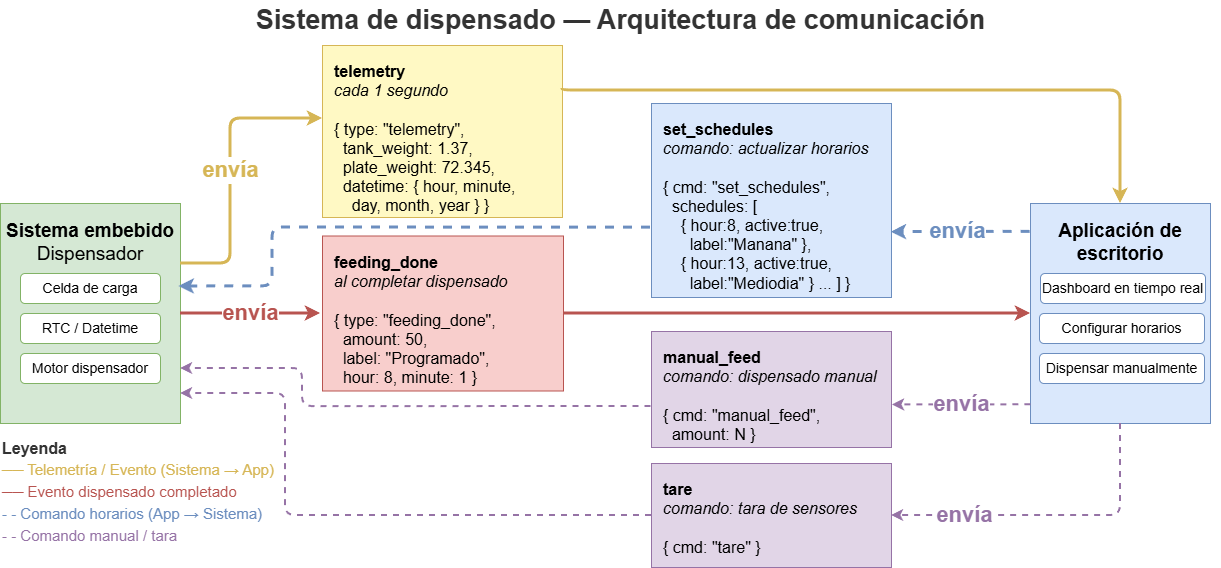
Before: Figures/dispensador_arquitectura.png, a diagram exported from draw.io (matuuted/Plantilla-para-memoria). Source tidied: cells renumbered, new cells last; positions are measured from the earlier drawing's top-left corner, leaving out a move shared by most shapes.
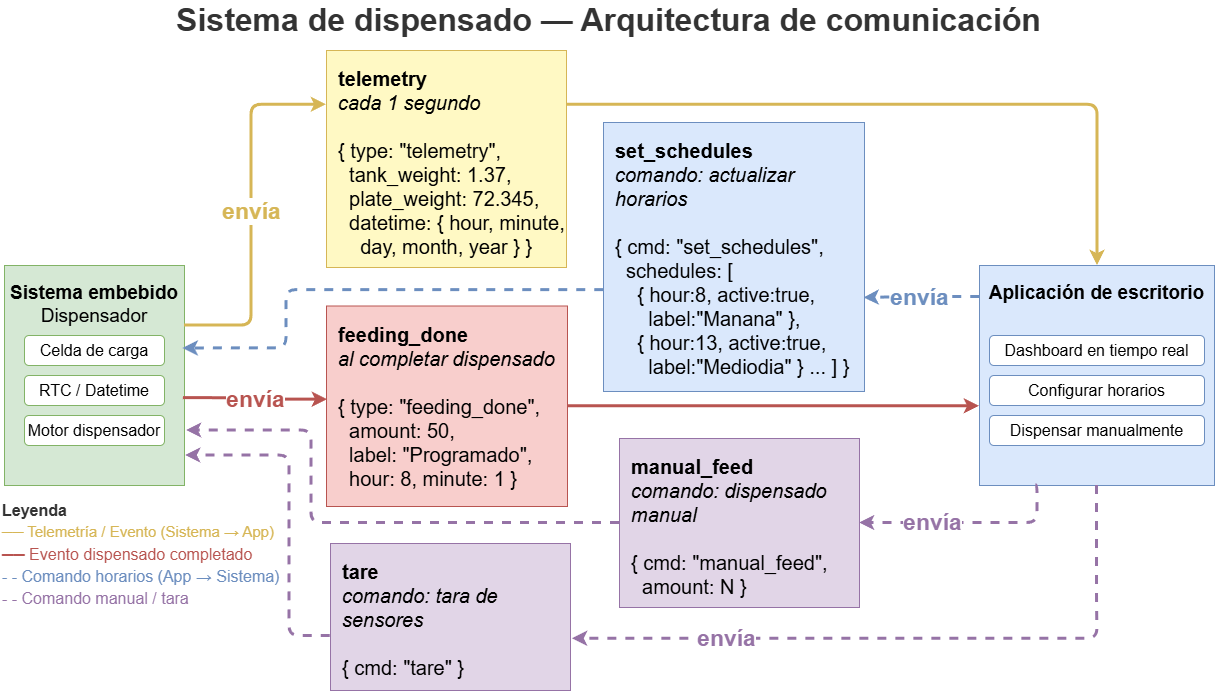
After the change.

The edit, as a diff of the source:
```diff
@@ -4,4 +4,4 @@
     <mxCell id="1" parent="0" />
-    <mxCell id="2" value="&lt;font style=&quot;font-size: 27px;&quot;&gt;Sistema de dispensado — Arquitectura de comunicación&lt;/font&gt;" style="text;html=1;strokeColor=none;fillColor=none;align=center;verticalAlign=middle;fontSize=16;fontStyle=1;fontColor=#333333;" parent="1" vertex="1">
-      <mxGeometry x="20" width="1200" height="40" as="geometry" />
+    <mxCell id="2" value="&lt;font style=&quot;font-size: 32px;&quot;&gt;Sistema de dispensado — Arquitectura de comunicación&lt;/font&gt;" style="text;html=1;strokeColor=none;fillColor=none;align=center;verticalAlign=middle;fontSize=16;fontStyle=1;fontColor=#333333;" parent="1" vertex="1">
+      <mxGeometry x="155" y="-62" width="898" height="40" as="geometry" />
     </mxCell>
@@ -10,9 +10,9 @@
     </mxCell>
-    <mxCell id="4" value="&lt;font style=&quot;font-size: 14px;&quot;&gt;Celda de carga&lt;/font&gt;" style="rounded=1;whiteSpace=wrap;html=1;fillColor=#ffffff;strokeColor=#82b366;fontSize=10;" parent="1" vertex="1">
+    <mxCell id="4" value="&lt;font style=&quot;font-size: 16px;&quot;&gt;Celda de carga&lt;/font&gt;" style="rounded=1;whiteSpace=wrap;html=1;fillColor=#ffffff;strokeColor=#82b366;fontSize=10;" parent="1" vertex="1">
       <mxGeometry x="20" y="273" width="140" height="30" as="geometry" />
     </mxCell>
-    <mxCell id="5" value="&lt;font style=&quot;font-size: 14px;&quot;&gt;RTC / Datetime&lt;/font&gt;" style="rounded=1;whiteSpace=wrap;html=1;fillColor=#ffffff;strokeColor=#82b366;fontSize=10;" parent="1" vertex="1">
+    <mxCell id="5" value="&lt;font style=&quot;font-size: 16px;&quot;&gt;RTC / Datetime&lt;/font&gt;" style="rounded=1;whiteSpace=wrap;html=1;fillColor=#ffffff;strokeColor=#82b366;fontSize=10;" parent="1" vertex="1">
       <mxGeometry x="20" y="313" width="140" height="30" as="geometry" />
     </mxCell>
-    <mxCell id="6" value="&lt;font style=&quot;font-size: 14px;&quot;&gt;Motor dispensador&lt;/font&gt;" style="rounded=1;whiteSpace=wrap;html=1;fillColor=#ffffff;strokeColor=#82b366;fontSize=10;" parent="1" vertex="1">
+    <mxCell id="6" value="&lt;font style=&quot;font-size: 16px;&quot;&gt;Motor dispensador&lt;/font&gt;" style="rounded=1;whiteSpace=wrap;html=1;fillColor=#ffffff;strokeColor=#82b366;fontSize=10;" parent="1" vertex="1">
       <mxGeometry x="20" y="353" width="140" height="30" as="geometry" />
@@ -20,33 +20,33 @@
     <mxCell id="7" value="&lt;b style=&quot;&quot;&gt;&lt;font style=&quot;font-size: 19px;&quot;&gt;Aplicación de escritorio&lt;/font&gt;&lt;/b&gt;" style="rounded=2;whiteSpace=wrap;html=1;fillColor=#dae8fc;strokeColor=#6c8ebf;fontSize=11;verticalAlign=top;spacingTop=10;" parent="1" vertex="1">
-      <mxGeometry x="1030" y="203" width="180" height="220" as="geometry" />
+      <mxGeometry x="975" y="203" width="235" height="220" as="geometry" />
     </mxCell>
-    <mxCell id="8" value="&lt;font style=&quot;font-size: 14px;&quot;&gt;Dashboard en tiempo real&lt;/font&gt;" style="rounded=1;whiteSpace=wrap;html=1;fillColor=#ffffff;strokeColor=#6c8ebf;fontSize=10;" parent="1" vertex="1">
-      <mxGeometry x="1040" y="273" width="165" height="30" as="geometry" />
+    <mxCell id="8" value="&lt;font style=&quot;font-size: 16px;&quot;&gt;Dashboard en tiempo real&lt;/font&gt;" style="rounded=1;whiteSpace=wrap;html=1;fillColor=#ffffff;strokeColor=#6c8ebf;fontSize=10;" parent="1" vertex="1">
+      <mxGeometry x="985" y="273" width="215" height="30" as="geometry" />
     </mxCell>
-    <mxCell id="9" value="&lt;font style=&quot;font-size: 14px;&quot;&gt;Configurar horarios&lt;/font&gt;" style="rounded=1;whiteSpace=wrap;html=1;fillColor=#ffffff;strokeColor=#6c8ebf;fontSize=10;" parent="1" vertex="1">
-      <mxGeometry x="1039" y="313" width="165" height="30" as="geometry" />
+    <mxCell id="9" value="&lt;font style=&quot;font-size: 16px;&quot;&gt;Configurar horarios&lt;/font&gt;" style="rounded=1;whiteSpace=wrap;html=1;fillColor=#ffffff;strokeColor=#6c8ebf;fontSize=10;" parent="1" vertex="1">
+      <mxGeometry x="985" y="313" width="215" height="30" as="geometry" />
     </mxCell>
-    <mxCell id="10" value="&lt;font style=&quot;font-size: 14px;&quot;&gt;Dispensar manualmente&lt;/font&gt;" style="rounded=1;whiteSpace=wrap;html=1;fillColor=#ffffff;strokeColor=#6c8ebf;fontSize=10;" parent="1" vertex="1">
-      <mxGeometry x="1039" y="353" width="165" height="30" as="geometry" />
+    <mxCell id="10" value="&lt;font style=&quot;font-size: 16px;&quot;&gt;Dispensar manualmente&lt;/font&gt;" style="rounded=1;whiteSpace=wrap;html=1;fillColor=#ffffff;strokeColor=#6c8ebf;fontSize=10;" parent="1" vertex="1">
+      <mxGeometry x="985" y="353" width="215" height="30" as="geometry" />
     </mxCell>
-    <mxCell id="11" value="&lt;font style=&quot;font-size: 16px;&quot;&gt;&lt;b style=&quot;&quot;&gt;telemetry&lt;/b&gt;&lt;br&gt;&lt;i style=&quot;&quot;&gt;cada 1 segundo&lt;/i&gt;&lt;br&gt;&lt;br&gt;{ type: &quot;telemetry&quot;,&lt;br&gt;&amp;nbsp;&amp;nbsp;tank_weight: 1.37,&lt;br&gt;&amp;nbsp;&amp;nbsp;plate_weight: 72.345,&lt;br&gt;&amp;nbsp;&amp;nbsp;datetime: { hour, minute,&lt;br&gt;&amp;nbsp;&amp;nbsp;&amp;nbsp;&amp;nbsp;day, month, year } }&lt;/font&gt;" style="rounded=2;whiteSpace=wrap;html=1;fillColor=#fff9c4;strokeColor=#d6b656;fontSize=10;verticalAlign=top;align=left;spacingLeft=10;spacingTop=10;" parent="1" vertex="1">
-      <mxGeometry x="322" y="45" width="240" height="172" as="geometry" />
+    <mxCell id="11" value="&lt;font style=&quot;font-size: 20px;&quot;&gt;&lt;b style=&quot;&quot;&gt;telemetry&lt;/b&gt;&lt;br&gt;&lt;i style=&quot;&quot;&gt;cada 1 segundo&lt;/i&gt;&lt;br&gt;&lt;br&gt;{ type: &quot;telemetry&quot;,&lt;br&gt;&amp;nbsp;&amp;nbsp;tank_weight: 1.37,&lt;br&gt;&amp;nbsp;&amp;nbsp;plate_weight: 72.345,&lt;br&gt;&amp;nbsp;&amp;nbsp;datetime: { hour, minute,&lt;br&gt;&amp;nbsp;&amp;nbsp;&amp;nbsp;&amp;nbsp;day, month, year } }&lt;/font&gt;" style="rounded=2;whiteSpace=wrap;html=1;fillColor=#fff9c4;strokeColor=#d6b656;fontSize=10;verticalAlign=top;align=left;spacingLeft=10;spacingTop=10;" parent="1" vertex="1">
+      <mxGeometry x="322" y="-12" width="240" height="217" as="geometry" />
     </mxCell>
-    <mxCell id="12" value="&lt;font style=&quot;font-size: 16px;&quot;&gt;&lt;b style=&quot;&quot;&gt;feeding_done&lt;/b&gt;&lt;br&gt;&lt;i style=&quot;&quot;&gt;al completar dispensado&lt;/i&gt;&lt;br&gt;&lt;br&gt;{ type: &quot;feeding_done&quot;,&lt;br&gt;&amp;nbsp;&amp;nbsp;amount: 50,&lt;br&gt;&amp;nbsp;&amp;nbsp;label: &quot;Programado&quot;,&lt;br&gt;&amp;nbsp;&amp;nbsp;hour: 8, minute: 1 }&lt;/font&gt;" style="rounded=2;whiteSpace=wrap;html=1;fillColor=#f8cecc;strokeColor=#b85450;fontSize=10;verticalAlign=top;align=left;spacingLeft=10;spacingTop=10;" parent="1" vertex="1">
-      <mxGeometry x="322" y="235.5" width="241" height="155" as="geometry" />
+    <mxCell id="12" value="&lt;font style=&quot;font-size: 20px;&quot;&gt;&lt;b style=&quot;&quot;&gt;feeding_done&lt;/b&gt;&lt;br&gt;&lt;i style=&quot;&quot;&gt;al completar dispensado&lt;/i&gt;&lt;br&gt;&lt;br&gt;{ type: &quot;feeding_done&quot;,&lt;br&gt;&amp;nbsp;&amp;nbsp;amount: 50,&lt;br&gt;&amp;nbsp;&amp;nbsp;label: &quot;Programado&quot;,&lt;br&gt;&amp;nbsp;&amp;nbsp;hour: 8, minute: 1 }&lt;/font&gt;" style="rounded=2;whiteSpace=wrap;html=1;fillColor=#f8cecc;strokeColor=#b85450;fontSize=10;verticalAlign=top;align=left;spacingLeft=10;spacingTop=10;" parent="1" vertex="1">
+      <mxGeometry x="322" y="243.5" width="241" height="200.5" as="geometry" />
     </mxCell>
-    <mxCell id="13" value="&lt;font style=&quot;font-size: 16px;&quot;&gt;&lt;b style=&quot;&quot;&gt;set_schedules&lt;/b&gt;&lt;br&gt;&lt;i style=&quot;&quot;&gt;comando: actualizar horarios&lt;/i&gt;&lt;br&gt;&lt;br&gt;{ cmd: &quot;set_schedules&quot;,&lt;br&gt;&amp;nbsp;&amp;nbsp;schedules: [&lt;br&gt;&amp;nbsp;&amp;nbsp;&amp;nbsp;&amp;nbsp;{ hour:8, active:true,&lt;br&gt;&amp;nbsp;&amp;nbsp;&amp;nbsp;&amp;nbsp;&amp;nbsp;&amp;nbsp;label:&quot;Manana&quot; },&lt;br&gt;&amp;nbsp;&amp;nbsp;&amp;nbsp;&amp;nbsp;{ hour:13, active:true,&lt;br&gt;&amp;nbsp;&amp;nbsp;&amp;nbsp;&amp;nbsp;&amp;nbsp;&amp;nbsp;label:&quot;Mediodia&quot; } ... ] }&lt;/font&gt;" style="rounded=2;whiteSpace=wrap;html=1;fillColor=#dae8fc;strokeColor=#6c8ebf;fontSize=10;verticalAlign=top;align=left;spacingLeft=10;spacingTop=10;" parent="1" vertex="1">
-      <mxGeometry x="651" y="103" width="240" height="194" as="geometry" />
+    <mxCell id="13" value="&lt;font style=&quot;font-size: 20px;&quot;&gt;&lt;b style=&quot;&quot;&gt;set_schedules&lt;/b&gt;&lt;br&gt;&lt;i style=&quot;&quot;&gt;comando: actualizar horarios&lt;/i&gt;&lt;br&gt;&lt;br&gt;{ cmd: &quot;set_schedules&quot;,&lt;br&gt;&amp;nbsp;&amp;nbsp;schedules: [&lt;br&gt;&amp;nbsp;&amp;nbsp;&amp;nbsp;&amp;nbsp;{ hour:8, active:true,&lt;br&gt;&amp;nbsp;&amp;nbsp;&amp;nbsp;&amp;nbsp;&amp;nbsp;&amp;nbsp;label:&quot;Manana&quot; },&lt;br&gt;&amp;nbsp;&amp;nbsp;&amp;nbsp;&amp;nbsp;{ hour:13, active:true,&lt;br&gt;&amp;nbsp;&amp;nbsp;&amp;nbsp;&amp;nbsp;&amp;nbsp;&amp;nbsp;label:&quot;Mediodia&quot; } ... ] }&lt;/font&gt;" style="rounded=2;whiteSpace=wrap;html=1;fillColor=#dae8fc;strokeColor=#6c8ebf;fontSize=10;verticalAlign=top;align=left;spacingLeft=10;spacingTop=10;" parent="1" vertex="1">
+      <mxGeometry x="599" y="60" width="261" height="269" as="geometry" />
     </mxCell>
-    <mxCell id="14" value="&lt;font style=&quot;font-size: 16px;&quot;&gt;&lt;b style=&quot;&quot;&gt;manual_feed&lt;/b&gt;&lt;br&gt;&lt;i style=&quot;&quot;&gt;comando: dispensado manual&lt;/i&gt;&lt;br&gt;&lt;br&gt;{ cmd: &quot;manual_feed&quot;,&lt;br&gt;&amp;nbsp;&amp;nbsp;amount: N }&lt;/font&gt;" style="rounded=2;whiteSpace=wrap;html=1;fillColor=#e1d5e7;strokeColor=#9673a6;fontSize=10;verticalAlign=top;align=left;spacingLeft=10;spacingTop=10;" parent="1" vertex="1">
-      <mxGeometry x="651" y="331" width="240" height="116" as="geometry" />
+    <mxCell id="14" value="&lt;font style=&quot;font-size: 20px;&quot;&gt;&lt;b style=&quot;&quot;&gt;manual_feed&lt;/b&gt;&lt;br&gt;&lt;i style=&quot;&quot;&gt;comando: dispensado manual&lt;/i&gt;&lt;br&gt;&lt;br&gt;{ cmd: &quot;manual_feed&quot;,&lt;br&gt;&amp;nbsp;&amp;nbsp;amount: N }&lt;/font&gt;" style="rounded=2;whiteSpace=wrap;html=1;fillColor=#e1d5e7;strokeColor=#9673a6;fontSize=10;verticalAlign=top;align=left;spacingLeft=10;spacingTop=10;" parent="1" vertex="1">
+      <mxGeometry x="615" y="376" width="240" height="169" as="geometry" />
     </mxCell>
-    <mxCell id="15" value="&lt;font style=&quot;font-size: 16px;&quot;&gt;&lt;b style=&quot;&quot;&gt;tare&lt;/b&gt;&lt;br&gt;&lt;i style=&quot;&quot;&gt;comando: tara de sensores&lt;/i&gt;&lt;br&gt;&lt;br&gt;{ cmd: &quot;tare&quot; }&lt;/font&gt;" style="rounded=2;whiteSpace=wrap;html=1;fillColor=#e1d5e7;strokeColor=#9673a6;fontSize=10;verticalAlign=top;align=left;spacingLeft=10;spacingTop=10;" parent="1" vertex="1">
-      <mxGeometry x="651" y="463" width="240" height="104" as="geometry" />
+    <mxCell id="15" value="&lt;font style=&quot;font-size: 20px;&quot;&gt;&lt;b style=&quot;&quot;&gt;tare&lt;/b&gt;&lt;br&gt;&lt;i style=&quot;&quot;&gt;comando: tara de sensores&lt;/i&gt;&lt;br&gt;&lt;br&gt;{ cmd: &quot;tare&quot; }&lt;/font&gt;" style="rounded=2;whiteSpace=wrap;html=1;fillColor=#e1d5e7;strokeColor=#9673a6;fontSize=10;verticalAlign=top;align=left;spacingLeft=10;spacingTop=10;" parent="1" vertex="1">
+      <mxGeometry x="326" y="481" width="240" height="147" as="geometry" />
     </mxCell>
-    <mxCell id="16" value="&lt;font style=&quot;font-size: 22px;&quot;&gt;envía&lt;/font&gt;" style="edgeStyle=orthogonalEdgeStyle;html=1;strokeColor=#d6b656;strokeWidth=3;fontColor=#d6b656;fontStyle=1;fontSize=10;" parent="1" edge="1" source="3" target="11">
+    <mxCell id="16" value="&lt;font style=&quot;font-size: 23px;&quot;&gt;envía&lt;/font&gt;" style="edgeStyle=orthogonalEdgeStyle;html=1;strokeColor=#d6b656;strokeWidth=3;fontColor=#d6b656;fontStyle=1;fontSize=10;entryX=0;entryY=0.25;entryDx=0;entryDy=0;" parent="1" edge="1" source="3" target="11">
       <mxGeometry relative="1" as="geometry">
         <Array as="points">
-          <mxPoint x="230" y="263" />
-          <mxPoint x="230" y="118" />
+          <mxPoint x="247" y="263" />
+          <mxPoint x="247" y="42" />
         </Array>
@@ -54,9 +54,4 @@
     </mxCell>
-    <mxCell id="17" value="&lt;font style=&quot;font-size: 22px;&quot;&gt;envía&lt;/font&gt;" style="edgeStyle=orthogonalEdgeStyle;html=1;strokeColor=#b85450;strokeWidth=3;fontColor=#b85450;fontStyle=1;fontSize=10;" parent="1" edge="1" source="3">
-      <mxGeometry relative="1" as="geometry">
-        <mxPoint x="320" y="313" as="targetPoint" />
-        <Array as="points">
-          <mxPoint x="320" y="313" />
-        </Array>
-      </mxGeometry>
+    <mxCell id="17" value="&lt;font style=&quot;font-size: 23px;&quot;&gt;envía&lt;/font&gt;" style="edgeStyle=orthogonalEdgeStyle;html=1;strokeColor=#b85450;strokeWidth=3;fontColor=#b85450;fontStyle=1;fontSize=10;entryX=0.004;entryY=0.467;entryDx=0;entryDy=0;exitX=0.994;exitY=0.603;exitDx=0;exitDy=0;exitPerimeter=0;entryPerimeter=0;" parent="1" edge="1" source="3" target="12">
+      <mxGeometry relative="1" as="geometry" />
     </mxCell>
@@ -65,3 +60,4 @@
         <Array as="points">
-          <mxPoint x="1120" y="90" />
+          <mxPoint x="1093" y="42" />
+          <mxPoint x="1093" y="203" />
         </Array>
@@ -69,7 +65,7 @@
     </mxCell>
-    <mxCell id="19" style="edgeStyle=orthogonalEdgeStyle;html=1;strokeColor=#b85450;strokeWidth=3;" parent="1" edge="1" source="12" target="7">
+    <mxCell id="19" style="edgeStyle=orthogonalEdgeStyle;html=1;strokeColor=#b85450;strokeWidth=3;exitX=1;exitY=0.5;exitDx=0;exitDy=0;" parent="1" edge="1" source="12" target="7">
       <mxGeometry relative="1" as="geometry">
         <Array as="points">
-          <mxPoint x="767" y="313" />
-          <mxPoint x="767" y="313" />
+          <mxPoint x="800" y="344" />
+          <mxPoint x="800" y="344" />
         </Array>
@@ -77,15 +73,10 @@
     </mxCell>
-    <mxCell id="20" value="&lt;font style=&quot;font-size: 22px;&quot;&gt;envía&lt;/font&gt;" style="edgeStyle=orthogonalEdgeStyle;html=1;strokeColor=#6c8ebf;strokeWidth=3;dashed=1;fontColor=#6c8ebf;fontStyle=1;fontSize=10;entryX=0.999;entryY=0.663;entryDx=0;entryDy=0;exitX=-0.002;exitY=0.129;exitDx=0;exitDy=0;exitPerimeter=0;entryPerimeter=0;" parent="1" edge="1" source="7" target="13">
-      <mxGeometry x="0.05" relative="1" as="geometry">
-        <Array as="points">
-          <mxPoint x="947" y="231" />
-          <mxPoint x="891" y="232" />
-        </Array>
-      </mxGeometry>
+    <mxCell id="20" value="&lt;font style=&quot;font-size: 23px;&quot;&gt;envía&lt;/font&gt;" style="edgeStyle=orthogonalEdgeStyle;html=1;strokeColor=#6c8ebf;strokeWidth=3;dashed=1;fontColor=#6c8ebf;fontStyle=1;fontSize=10;entryX=0.998;entryY=0.652;entryDx=0;entryDy=0;entryPerimeter=0;exitX=0.001;exitY=0.143;exitDx=0;exitDy=0;exitPerimeter=0;" parent="1" edge="1" source="7" target="13">
+      <mxGeometry x="0.05" relative="1" as="geometry" />
     </mxCell>
-    <mxCell id="21" value="&lt;font style=&quot;font-size: 22px;&quot;&gt;envía&lt;/font&gt;" style="edgeStyle=orthogonalEdgeStyle;html=1;strokeColor=#9673a6;strokeWidth=2;dashed=1;fontColor=#9673a6;fontStyle=1;fontSize=10;exitX=0.002;exitY=0.915;exitDx=0;exitDy=0;exitPerimeter=0;entryX=1.004;entryY=0.633;entryDx=0;entryDy=0;entryPerimeter=0;" parent="1" edge="1" source="7" target="14">
-      <mxGeometry relative="1" as="geometry">
+    <mxCell id="21" value="&lt;font style=&quot;font-size: 23px;&quot;&gt;envía&lt;/font&gt;" style="edgeStyle=orthogonalEdgeStyle;html=1;strokeColor=#9673a6;strokeWidth=3;dashed=1;fontColor=#9673a6;fontStyle=1;fontSize=10;entryX=1;entryY=0.5;entryDx=0;entryDy=0;exitX=0.24;exitY=1;exitDx=0;exitDy=0;exitPerimeter=0;" parent="1" edge="1" source="7" target="14">
+      <mxGeometry x="0.33" relative="1" as="geometry">
         <Array as="points">
-          <mxPoint x="963" y="404" />
-          <mxPoint x="963" y="404" />
+          <mxPoint x="1033" y="423" />
+          <mxPoint x="1033" y="461" />
         </Array>
@@ -93,6 +84,7 @@
     </mxCell>
-    <mxCell id="22" value="&lt;font style=&quot;font-size: 22px;&quot;&gt;envía&lt;/font&gt;" style="edgeStyle=orthogonalEdgeStyle;html=1;strokeColor=#9673a6;strokeWidth=2;dashed=1;fontColor=#9673a6;fontStyle=1;fontSize=10;entryX=1;entryY=0.5;entryDx=0;entryDy=0;exitX=0.5;exitY=1;exitDx=0;exitDy=0;" parent="1" edge="1" source="7" target="15">
+    <mxCell id="22" value="&lt;font style=&quot;font-size: 23px;&quot;&gt;envía&lt;/font&gt;" style="edgeStyle=orthogonalEdgeStyle;html=1;strokeColor=#9673a6;strokeWidth=3;dashed=1;fontColor=#9673a6;fontStyle=1;fontSize=10;entryX=1.008;entryY=0.648;entryDx=0;entryDy=0;exitX=0.5;exitY=1;exitDx=0;exitDy=0;entryPerimeter=0;" parent="1" edge="1" source="7" target="15">
       <mxGeometry x="0.55" relative="1" as="geometry">
         <Array as="points">
-          <mxPoint x="1120" y="515" />
+          <mxPoint x="1093" y="538" />
+          <mxPoint x="1093" y="576" />
         </Array>
@@ -100,8 +92,7 @@
     </mxCell>
-    <mxCell id="23" style="edgeStyle=orthogonalEdgeStyle;html=1;strokeColor=#6c8ebf;strokeWidth=3;dashed=1;entryX=0.992;entryY=0.377;entryDx=0;entryDy=0;entryPerimeter=0;exitX=-0.004;exitY=0.64;exitDx=0;exitDy=0;exitPerimeter=0;" parent="1" edge="1" source="13" target="3">
+    <mxCell id="23" style="edgeStyle=orthogonalEdgeStyle;html=1;strokeColor=#6c8ebf;strokeWidth=3;dashed=1;entryX=0.992;entryY=0.377;entryDx=0;entryDy=0;entryPerimeter=0;exitX=0.001;exitY=0.623;exitDx=0;exitDy=0;exitPerimeter=0;" parent="1" edge="1" source="13" target="3">
       <mxGeometry relative="1" as="geometry">
         <Array as="points">
-          <mxPoint x="651" y="227" />
-          <mxPoint x="272" y="227" />
-          <mxPoint x="272" y="286" />
+          <mxPoint x="282" y="228" />
+          <mxPoint x="282" y="286" />
         </Array>
@@ -109,8 +100,8 @@
     </mxCell>
-    <mxCell id="24" style="edgeStyle=orthogonalEdgeStyle;html=1;strokeColor=#9673a6;strokeWidth=2;dashed=1;exitX=-0.002;exitY=0.647;exitDx=0;exitDy=0;exitPerimeter=0;" parent="1" edge="1" source="14">
+    <mxCell id="24" style="edgeStyle=orthogonalEdgeStyle;html=1;strokeColor=#9673a6;strokeWidth=3;dashed=1;exitX=0;exitY=0.5;exitDx=0;exitDy=0;" parent="1" edge="1" source="14">
       <mxGeometry relative="1" as="geometry">
-        <mxPoint x="180" y="368" as="targetPoint" />
+        <mxPoint x="182" y="368" as="targetPoint" />
         <Array as="points">
-          <mxPoint x="302" y="406" />
-          <mxPoint x="302" y="368" />
+          <mxPoint x="307" y="461" />
+          <mxPoint x="307" y="368" />
         </Array>
@@ -118,6 +109,7 @@
     </mxCell>
-    <mxCell id="25" style="edgeStyle=orthogonalEdgeStyle;html=1;strokeColor=#9673a6;strokeWidth=2;dashed=1;exitX=0;exitY=0.5;exitDx=0;exitDy=0;" parent="1" edge="1" source="15" target="3">
+    <mxCell id="25" style="edgeStyle=orthogonalEdgeStyle;html=1;strokeColor=#9673a6;strokeWidth=3;dashed=1;exitX=-0.001;exitY=0.629;exitDx=0;exitDy=0;exitPerimeter=0;" parent="1" edge="1" source="15">
       <mxGeometry relative="1" as="geometry">
+        <mxPoint x="181" y="393" as="targetPoint" />
         <Array as="points">
-          <mxPoint x="285" y="515" />
+          <mxPoint x="285" y="573" />
           <mxPoint x="285" y="393" />
@@ -127,15 +119,15 @@
     <mxCell id="26" value="&lt;font style=&quot;font-size: 16px;&quot;&gt;Leyenda&lt;/font&gt;" style="text;html=1;align=left;fontStyle=1;fontSize=11;fontColor=#333333;strokeColor=none;fillColor=none;" parent="1" vertex="1">
-      <mxGeometry y="432" width="100" height="20" as="geometry" />
+      <mxGeometry x="-4" y="432" width="100" height="20" as="geometry" />
     </mxCell>
     <mxCell id="27" value="&lt;font style=&quot;font-size: 15px;&quot;&gt;── Telemetría / Evento (Sistema → App)&lt;/font&gt;" style="text;html=1;fontSize=10;fontColor=#d6b656;strokeColor=none;fillColor=none;align=left;" parent="1" vertex="1">
-      <mxGeometry y="454" width="280" height="20" as="geometry" />
+      <mxGeometry x="-4" y="454" width="280" height="20" as="geometry" />
     </mxCell>
-    <mxCell id="28" value="&lt;font style=&quot;font-size: 15px;&quot;&gt;── Evento dispensado completado&lt;/font&gt;" style="text;html=1;fontSize=10;fontColor=#b85450;strokeColor=none;fillColor=none;align=left;" parent="1" vertex="1">
-      <mxGeometry y="476" width="280" height="20" as="geometry" />
+    <mxCell id="28" value="&lt;font style=&quot;font-size: 16px;&quot;&gt;── Evento dispensado completado&lt;/font&gt;" style="text;html=1;fontSize=10;fontColor=#b85450;strokeColor=none;fillColor=none;align=left;" parent="1" vertex="1">
+      <mxGeometry x="-4" y="476" width="280" height="20" as="geometry" />
     </mxCell>
-    <mxCell id="29" value="&lt;font style=&quot;font-size: 15px;&quot;&gt;- - Comando horarios (App → Sistema)&lt;/font&gt;" style="text;html=1;fontSize=10;fontColor=#6c8ebf;strokeColor=none;fillColor=none;align=left;" parent="1" vertex="1">
-      <mxGeometry y="498" width="280" height="20" as="geometry" />
+    <mxCell id="29" value="&lt;font style=&quot;font-size: 16px;&quot;&gt;- - Comando horarios (App → Sistema)&lt;/font&gt;" style="text;html=1;fontSize=10;fontColor=#6c8ebf;strokeColor=none;fillColor=none;align=left;" parent="1" vertex="1">
+      <mxGeometry x="-4" y="498" width="280" height="20" as="geometry" />
     </mxCell>
-    <mxCell id="30" value="&lt;font style=&quot;font-size: 15px;&quot;&gt;- - Comando manual / tara&lt;/font&gt;" style="text;html=1;fontSize=10;fontColor=#9673a6;strokeColor=none;fillColor=none;align=left;" parent="1" vertex="1">
-      <mxGeometry y="520" width="280" height="20" as="geometry" />
+    <mxCell id="30" value="&lt;font style=&quot;font-size: 16px;&quot;&gt;- - Comando manual / tara&lt;/font&gt;" style="text;html=1;fontSize=10;fontColor=#9673a6;strokeColor=none;fillColor=none;align=left;" parent="1" vertex="1">
+      <mxGeometry x="-4" y="520" width="280" height="20" as="geometry" />
     </mxCell>
```
